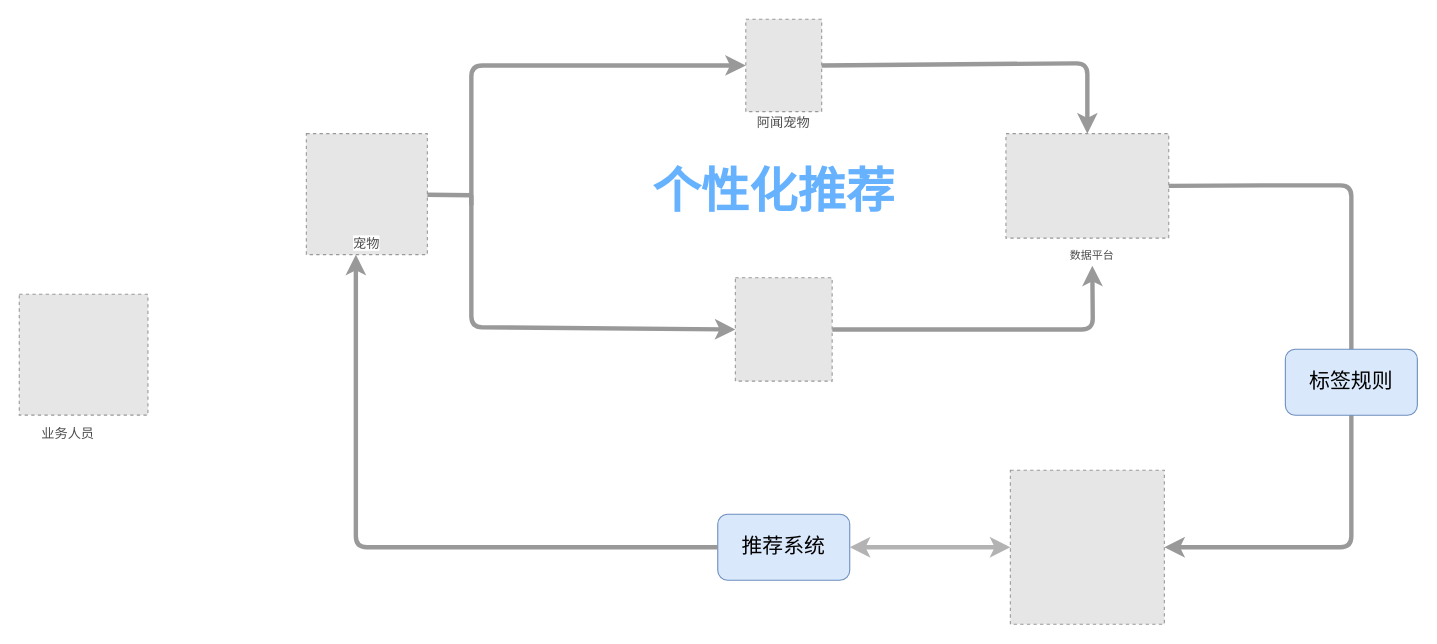
fangzheng0518/draw keeps this draw.io diagram as pet_data_warehouse/阿闻推荐.drawio. Above is the earlier version. Source tidied: cells renumbered, new cells numbered last; positions are measured from the earlier drawing's top-left corner, leaving out a move shared by most shapes. Both pictures are drawn from the tidied source at 110%, with x=0, y=0 at pixel (19, 19). Pictures stored in the file or linked from it are replaced by grey dashed boxes.
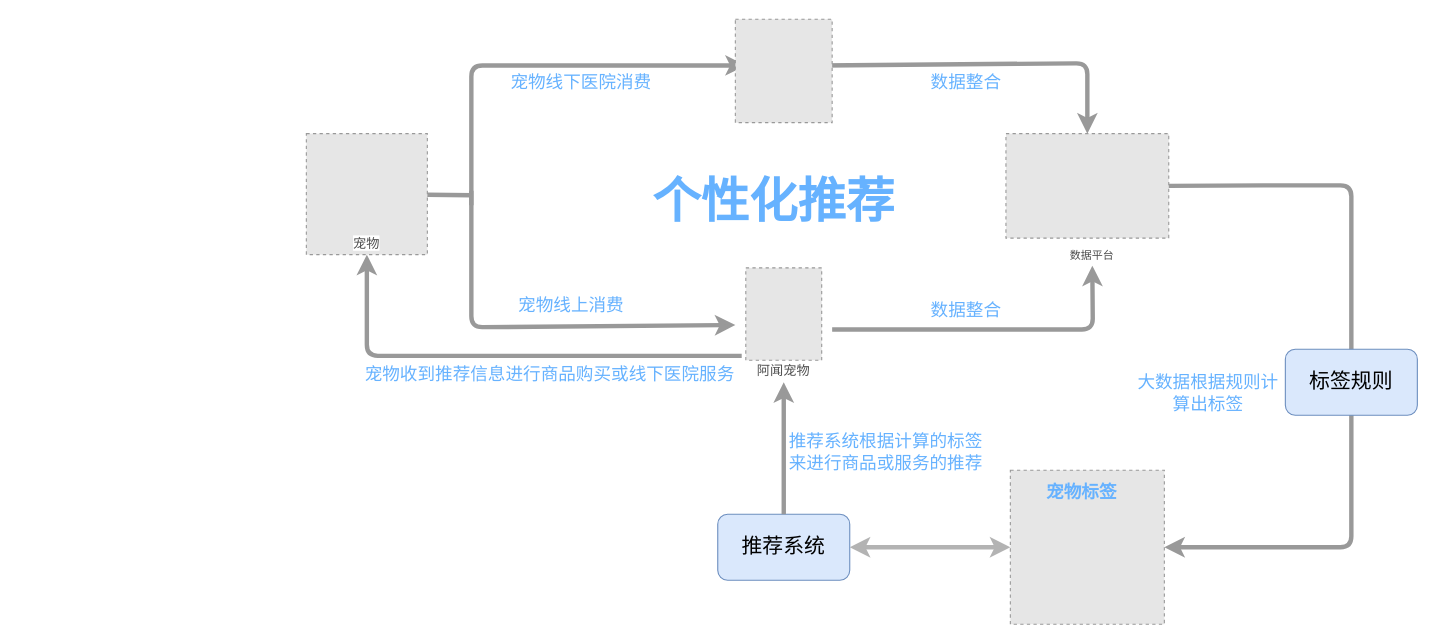
The same diagram, later.

Commit message (it also covers changes not shown here):
更新阿闻推荐.drawio

Unchanged cells that the change refers to:
```xml
<mxCell id="5" value="&lt;span style=&quot;background-color: rgb(255 , 255 , 255)&quot;&gt;&lt;font color=&quot;#4d4d4d&quot;&gt;宠物&lt;/font&gt;&lt;/span&gt;" style="text;html=1;strokeColor=none;fillColor=none;align=center;verticalAlign=middle;whiteSpace=wrap;rounded=0;" parent="3" vertex="1">
  <mxGeometry x="35" y="90" width="40" height="20" as="geometry" />
</mxCell>
<mxCell id="11" style="fillColor=#E6E6E6;strokeColor=#999999;dashed=1;verticalLabelPosition=bottom;labelBackgroundColor=#ffffff;verticalAlign=top;" parent="10" vertex="1">
  <mxGeometry width="148" height="95" as="geometry" />
</mxCell>
<mxCell id="12" value="&lt;font color=&quot;#4d4d4d&quot; size=&quot;1&quot;&gt;&lt;span style=&quot;background-color: rgb(255 , 255 , 255)&quot;&gt;数据平台&lt;/span&gt;&lt;/font&gt;" style="text;html=1;strokeColor=none;fillColor=none;align=center;verticalAlign=middle;whiteSpace=wrap;rounded=0;" parent="10" vertex="1">
  <mxGeometry x="44" y="100" width="69" height="20" as="geometry" />
</mxCell>
<mxCell id="24" value="&lt;font style=&quot;font-size: 19px&quot;&gt;推荐系统&lt;/font&gt;" style="rounded=1;whiteSpace=wrap;html=1;fillColor=#dae8fc;strokeColor=#6c8ebf;" parent="1" vertex="1">
  <mxGeometry x="635" y="450" width="120" height="60" as="geometry" />
</mxCell>
```

The edit, as a diff of the source:
```diff
@@
-    <mxCell id="6" style="fillColor=#E6E6E6;strokeColor=#999999;dashed=1;verticalLabelPosition=bottom;labelBackgroundColor=#ffffff;verticalAlign=top;" parent="1" vertex="1">
-      <mxGeometry y="250" width="117" height="109.9" as="geometry" />
-    </mxCell>
-    <mxCell id="7" value="&lt;span style=&quot;background-color: rgb(255 , 255 , 255)&quot;&gt;&lt;font color=&quot;#4d4d4d&quot;&gt;业务人员&lt;/font&gt;&lt;/span&gt;" style="text;html=1;strokeColor=none;fillColor=none;align=center;verticalAlign=middle;whiteSpace=wrap;rounded=0;" parent="1" vertex="1">
-      <mxGeometry x="17.7" y="367.1" width="53.2" height="18.9" as="geometry" />
-    </mxCell>
     <mxCell id="8" value="&lt;h1&gt;&lt;font color=&quot;#66b2ff&quot; face=&quot;Georgia&quot;&gt;&lt;span style=&quot;font-size: 44px&quot;&gt;个性化推荐&lt;/span&gt;&lt;/font&gt;&lt;/h1&gt;" style="text;html=1;strokeColor=none;fillColor=none;align=center;verticalAlign=middle;whiteSpace=wrap;rounded=0;" parent="1" vertex="1">
-      <mxGeometry x="491" y="110" width="390" height="90" as="geometry" />
+      <mxGeometry x="561" y="119" width="250" height="90" as="geometry" />
     </mxCell>
@@
-    <mxCell id="13" style="group;" parent="1" vertex="1">
-      <mxGeometry x="660.5" width="69" height="104" as="geometry" />
-    </mxCell>
-    <mxCell id="14" style="fillColor=#E6E6E6;strokeColor=#999999;dashed=1;verticalLabelPosition=bottom;labelBackgroundColor=#ffffff;verticalAlign=top;" parent="13" vertex="1">
-      <mxGeometry width="69" height="84" as="geometry" />
-    </mxCell>
-    <mxCell id="15" value="&lt;span style=&quot;background-color: rgb(255 , 255 , 255)&quot;&gt;&lt;font color=&quot;#4d4d4d&quot;&gt;阿闻宠物&lt;/font&gt;&lt;/span&gt;" style="text;html=1;strokeColor=none;fillColor=none;align=center;verticalAlign=middle;whiteSpace=wrap;rounded=0;" parent="13" vertex="1">
-      <mxGeometry x="6.5" y="84" width="56" height="20" as="geometry" />
-    </mxCell>
-    <mxCell id="16" style="endArrow=classic;html=1;strokeColor=#999999;strokeWidth=4;entryX=0;entryY=0.5;entryDx=0;entryDy=0;" parent="1" edge="1" target="14">
+    <mxCell id="16" style="endArrow=classic;html=1;strokeColor=#999999;strokeWidth=4;entryX=0;entryY=0.5;entryDx=0;entryDy=0;" parent="1" edge="1">
       <mxGeometry relative="1" as="geometry">
         <mxPoint x="411" y="169" as="sourcePoint" />
+        <mxPoint x="660.5" y="42" as="targetPoint" />
         <Array as="points">
           <mxPoint x="411" y="42" />
         </Array>
       </mxGeometry>
     </mxCell>
-    <mxCell id="17" style="endArrow=classic;html=1;strokeColor=#999999;strokeWidth=4;entryX=0;entryY=0.5;entryDx=0;entryDy=0;" parent="1" edge="1" target="20">
+    <mxCell id="17" style="endArrow=classic;html=1;strokeColor=#999999;strokeWidth=4;" parent="1" edge="1">
       <mxGeometry relative="1" as="geometry">
-        <mxPoint x="411" y="160" as="sourcePoint" />
+        <mxPoint x="411" y="156" as="sourcePoint" />
+        <mxPoint x="651" y="278" as="targetPoint" />
         <Array as="points">
           <mxPoint x="411" y="280" />
         </Array>
       </mxGeometry>
     </mxCell>
-    <mxCell id="18" style="endArrow=classic;html=1;strokeColor=#999999;strokeWidth=4;exitX=1;exitY=0.5;exitDx=0;exitDy=0;entryX=0.5;entryY=0;entryDx=0;entryDy=0;" parent="1" edge="1" source="14" target="11">
+    <mxCell id="18" style="endArrow=classic;html=1;strokeColor=#999999;strokeWidth=4;exitX=1;exitY=0.5;exitDx=0;exitDy=0;entryX=0.5;entryY=0;entryDx=0;entryDy=0;" parent="1" edge="1" target="11">
       <mxGeometry relative="1" as="geometry">
+        <mxPoint x="729.5" y="42" as="sourcePoint" />
         <Array as="points">
           <mxPoint x="971" y="40" />
         </Array>
       </mxGeometry>
     </mxCell>
-    <mxCell id="19" style="endArrow=classic;html=1;strokeColor=#999999;strokeWidth=4;exitX=1;exitY=0.5;exitDx=0;exitDy=0;entryX=0.5;entryY=1;entryDx=0;entryDy=0;" parent="1" edge="1" source="20" target="12">
+    <mxCell id="19" style="endArrow=classic;html=1;strokeColor=#999999;strokeWidth=4;exitX=1;exitY=0.5;exitDx=0;exitDy=0;entryX=0.5;entryY=1;entryDx=0;entryDy=0;" parent="1" edge="1" target="12">
       <mxGeometry relative="1" as="geometry">
+        <mxPoint x="739" y="282" as="sourcePoint" />
         <Array as="points">
           <mxPoint x="976" y="282" />
         </Array>
       </mxGeometry>
     </mxCell>
-    <mxCell id="20" style="fillColor=#E6E6E6;strokeColor=#999999;dashed=1;verticalLabelPosition=bottom;labelBackgroundColor=#ffffff;verticalAlign=top;" parent="1" vertex="1">
-      <mxGeometry x="651" y="235" width="88" height="94" as="geometry" />
-    </mxCell>
@@
-    <mxCell id="26" style="endArrow=classic;html=1;strokeColor=#999999;strokeWidth=4;exitX=0;exitY=0.5;exitDx=0;exitDy=0;entryX=0.25;entryY=1;entryDx=0;entryDy=0;" parent="1" edge="1" source="24" target="5">
-      <mxGeometry relative="1" as="geometry">
-        <Array as="points">
-          <mxPoint x="306" y="480" />
-        </Array>
-      </mxGeometry>
+    <mxCell id="26" style="endArrow=classic;html=1;strokeColor=#999999;strokeWidth=4;exitX=0.5;exitY=0;exitDx=0;exitDy=0;entryX=0.5;entryY=1;entryDx=0;entryDy=0;" parent="1" edge="1" source="24" target="15">
+      <mxGeometry relative="1" as="geometry" />
     </mxCell>
@@
+    <mxCell id="28" value="&lt;font color=&quot;#66b2ff&quot; size=&quot;1&quot;&gt;&lt;b style=&quot;font-size: 16px&quot;&gt;宠物标签&lt;/b&gt;&lt;/font&gt;" style="text;html=1;strokeColor=none;fillColor=none;align=center;verticalAlign=middle;whiteSpace=wrap;rounded=0;" parent="1" vertex="1">
+      <mxGeometry x="931" y="420" width="70" height="20" as="geometry" />
+    </mxCell>
+    <mxCell id="29" style="group;" parent="1" vertex="1">
+      <mxGeometry x="660.5" y="226" width="69" height="104" as="geometry" />
+    </mxCell>
+    <mxCell id="14" style="fillColor=#E6E6E6;strokeColor=#999999;dashed=1;verticalLabelPosition=bottom;labelBackgroundColor=#ffffff;verticalAlign=top;" parent="29" vertex="1">
+      <mxGeometry width="69" height="84" as="geometry" />
+    </mxCell>
+    <mxCell id="15" value="&lt;span style=&quot;background-color: rgb(255 , 255 , 255)&quot;&gt;&lt;font color=&quot;#4d4d4d&quot;&gt;阿闻宠物&lt;/font&gt;&lt;/span&gt;" style="text;html=1;strokeColor=none;fillColor=none;align=center;verticalAlign=middle;whiteSpace=wrap;rounded=0;" parent="29" vertex="1">
+      <mxGeometry x="6.5" y="84" width="56" height="20" as="geometry" />
+    </mxCell>
+    <mxCell id="30" style="fillColor=#E6E6E6;strokeColor=#999999;dashed=1;verticalLabelPosition=bottom;labelBackgroundColor=#ffffff;verticalAlign=top;" parent="1" vertex="1">
+      <mxGeometry x="651" width="88" height="94" as="geometry" />
+    </mxCell>
+    <mxCell id="31" value="&lt;font style=&quot;font-size: 16px&quot; color=&quot;#66b2ff&quot;&gt;宠物线下医院消费&lt;/font&gt;" style="text;html=1;strokeColor=none;fillColor=none;align=center;verticalAlign=middle;whiteSpace=wrap;rounded=0;" parent="1" vertex="1">
+      <mxGeometry x="441" y="47" width="140" height="20" as="geometry" />
+    </mxCell>
+    <mxCell id="32" value="&lt;font style=&quot;font-size: 16px&quot; color=&quot;#66b2ff&quot;&gt;宠物线上消费&lt;/font&gt;" style="text;html=1;strokeColor=none;fillColor=none;align=center;verticalAlign=middle;whiteSpace=wrap;rounded=0;" parent="1" vertex="1">
+      <mxGeometry x="452" y="250" width="100" height="20" as="geometry" />
+    </mxCell>
+    <mxCell id="33" value="&lt;font style=&quot;font-size: 16px&quot; color=&quot;#66b2ff&quot;&gt;数据整合&lt;/font&gt;" style="text;html=1;strokeColor=none;fillColor=none;align=center;verticalAlign=middle;whiteSpace=wrap;rounded=0;" parent="1" vertex="1">
+      <mxGeometry x="791" y="47" width="140" height="20" as="geometry" />
+    </mxCell>
+    <mxCell id="34" value="&lt;font style=&quot;font-size: 16px&quot; color=&quot;#66b2ff&quot;&gt;数据整合&lt;/font&gt;" style="text;html=1;strokeColor=none;fillColor=none;align=center;verticalAlign=middle;whiteSpace=wrap;rounded=0;" parent="1" vertex="1">
+      <mxGeometry x="791" y="254" width="140" height="20" as="geometry" />
+    </mxCell>
+    <mxCell id="35" value="&lt;font style=&quot;font-size: 16px&quot; color=&quot;#66b2ff&quot;&gt;大数据根据规则计算出标签&lt;/font&gt;" style="text;html=1;strokeColor=none;fillColor=none;align=center;verticalAlign=middle;whiteSpace=wrap;rounded=0;" parent="1" vertex="1">
+      <mxGeometry x="1011" y="330" width="140" height="20" as="geometry" />
+    </mxCell>
+    <mxCell id="36" value="&lt;font style=&quot;font-size: 16px&quot; color=&quot;#66b2ff&quot;&gt;推荐系统根据计算的标签来进行商品或服务的推荐&lt;/font&gt;" style="text;html=1;strokeColor=none;fillColor=none;align=center;verticalAlign=middle;whiteSpace=wrap;rounded=0;" parent="1" vertex="1">
+      <mxGeometry x="695" y="376" width="186" height="34" as="geometry" />
+    </mxCell>
+    <mxCell id="37" style="endArrow=classic;html=1;strokeColor=#999999;strokeWidth=4;exitX=-0.054;exitY=0.953;exitDx=0;exitDy=0;entryX=0.5;entryY=1;entryDx=0;entryDy=0;exitPerimeter=0;" parent="1" edge="1" source="14" target="5">
+      <mxGeometry relative="1" as="geometry">
+        <Array as="points">
+          <mxPoint x="316" y="306" />
+        </Array>
+      </mxGeometry>
+    </mxCell>
+    <mxCell id="38" value="&lt;font color=&quot;#66b2ff&quot;&gt;&lt;span style=&quot;font-size: 16px&quot;&gt;宠物收到推荐信息进行商品购买或线下医院服务&lt;br&gt;&lt;/span&gt;&lt;/font&gt;" style="text;html=1;strokeColor=none;fillColor=none;align=center;verticalAlign=middle;whiteSpace=wrap;rounded=0;" parent="1" vertex="1">
+      <mxGeometry x="291" y="305" width="383" height="34" as="geometry" />
+    </mxCell>
```
